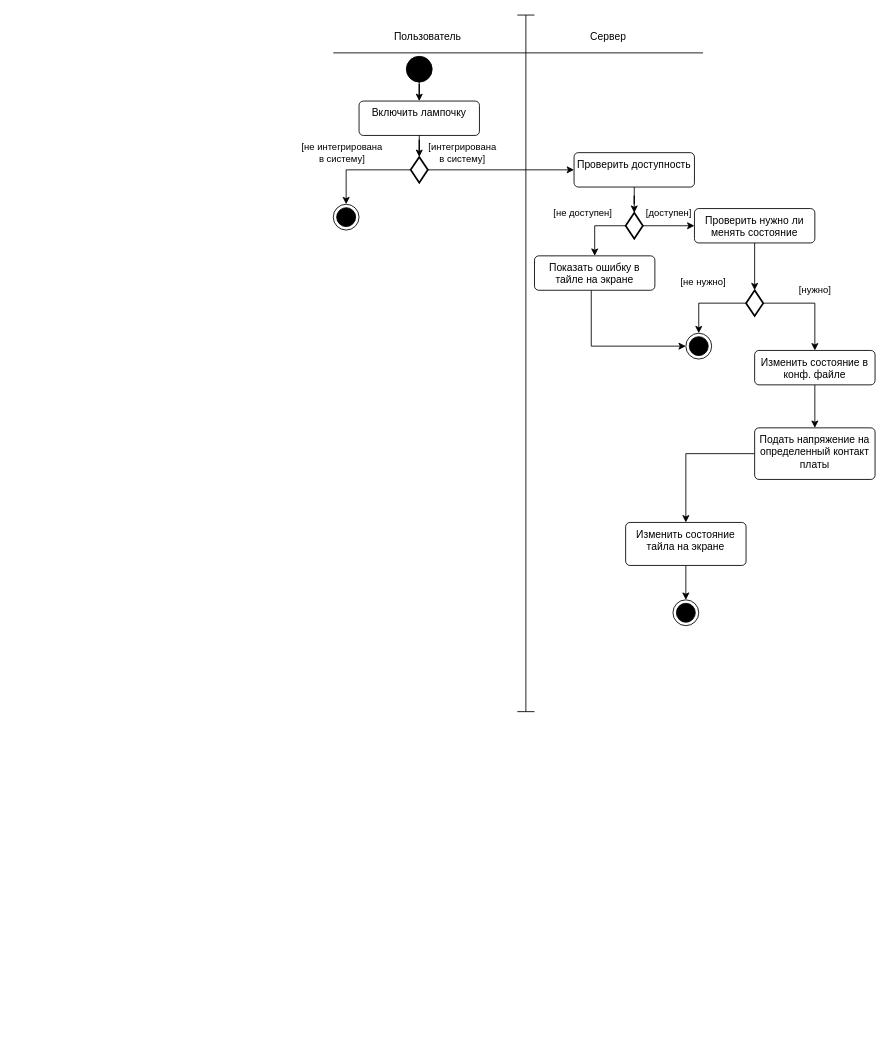
tireks/OOAP keeps this draw.io diagram as page "Страница — 1" (1 of 2) of activityDiag.drawio. Above is the earlier version. Source tidied: cells renumbered, new cells numbered last; positions are measured from the earlier drawing's top-left corner, leaving out a move shared by most shapes. Both pictures are drawn from the tidied source at 86%, with x=0, y=0 at pixel (333, 15).
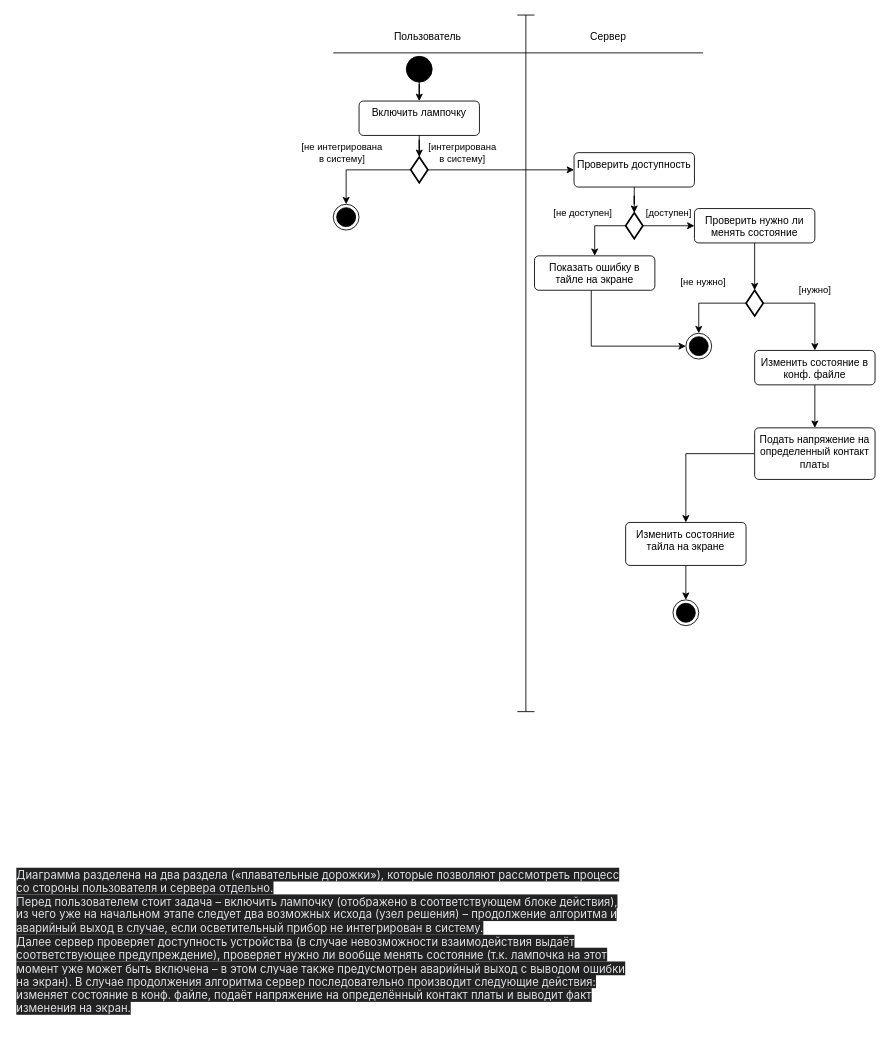
Above is the later version.

Diff of the diagram source:
```diff
@@
+    <mxCell id="34" value="&#10;&lt;span style=&quot;color: rgb(225, 227, 230); font-family: -apple-system, BlinkMacSystemFont, Roboto, &amp;quot;Open Sans&amp;quot;, &amp;quot;Helvetica Neue&amp;quot;, &amp;quot;Noto Sans Armenian&amp;quot;, &amp;quot;Noto Sans Bengali&amp;quot;, &amp;quot;Noto Sans Cherokee&amp;quot;, &amp;quot;Noto Sans Devanagari&amp;quot;, &amp;quot;Noto Sans Ethiopic&amp;quot;, &amp;quot;Noto Sans Georgian&amp;quot;, &amp;quot;Noto Sans Hebrew&amp;quot;, &amp;quot;Noto Sans Kannada&amp;quot;, &amp;quot;Noto Sans Khmer&amp;quot;, &amp;quot;Noto Sans Lao&amp;quot;, &amp;quot;Noto Sans Osmanya&amp;quot;, &amp;quot;Noto Sans Tamil&amp;quot;, &amp;quot;Noto Sans Telugu&amp;quot;, &amp;quot;Noto Sans Thai&amp;quot;, sans-serif; font-size: 13px; font-style: normal; font-variant-ligatures: normal; font-variant-caps: normal; font-weight: 400; letter-spacing: normal; orphans: 2; text-indent: 0px; text-transform: none; widows: 2; word-spacing: 0px; -webkit-text-stroke-width: 0px; background-color: rgb(34, 34, 34); text-decoration-thickness: initial; text-decoration-style: initial; text-decoration-color: initial; float: none; display: inline !important;&quot;&gt;Диаграмма разделена на два раздела («плавательные дорожки»), которые позволяют рассмотреть процесс со стороны пользователя и сервера отдельно.&lt;/span&gt;&lt;br style=&quot;color: rgb(225, 227, 230); font-family: -apple-system, BlinkMacSystemFont, Roboto, &amp;quot;Open Sans&amp;quot;, &amp;quot;Helvetica Neue&amp;quot;, &amp;quot;Noto Sans Armenian&amp;quot;, &amp;quot;Noto Sans Bengali&amp;quot;, &amp;quot;Noto Sans Cherokee&amp;quot;, &amp;quot;Noto Sans Devanagari&amp;quot;, &amp;quot;Noto Sans Ethiopic&amp;quot;, &amp;quot;Noto Sans Georgian&amp;quot;, &amp;quot;Noto Sans Hebrew&amp;quot;, &amp;quot;Noto Sans Kannada&amp;quot;, &amp;quot;Noto Sans Khmer&amp;quot;, &amp;quot;Noto Sans Lao&amp;quot;, &amp;quot;Noto Sans Osmanya&amp;quot;, &amp;quot;Noto Sans Tamil&amp;quot;, &amp;quot;Noto Sans Telugu&amp;quot;, &amp;quot;Noto Sans Thai&amp;quot;, sans-serif; font-size: 13px; font-style: normal; font-variant-ligatures: normal; font-variant-caps: normal; font-weight: 400; letter-spacing: normal; orphans: 2; text-indent: 0px; text-transform: none; widows: 2; word-spacing: 0px; -webkit-text-stroke-width: 0px; background-color: rgb(34, 34, 34); text-decoration-thickness: initial; text-decoration-style: initial; text-decoration-color: initial;&quot;&gt;&lt;span style=&quot;color: rgb(225, 227, 230); font-family: -apple-system, BlinkMacSystemFont, Roboto, &amp;quot;Open Sans&amp;quot;, &amp;quot;Helvetica Neue&amp;quot;, &amp;quot;Noto Sans Armenian&amp;quot;, &amp;quot;Noto Sans Bengali&amp;quot;, &amp;quot;Noto Sans Cherokee&amp;quot;, &amp;quot;Noto Sans Devanagari&amp;quot;, &amp;quot;Noto Sans Ethiopic&amp;quot;, &amp;quot;Noto Sans Georgian&amp;quot;, &amp;quot;Noto Sans Hebrew&amp;quot;, &amp;quot;Noto Sans Kannada&amp;quot;, &amp;quot;Noto Sans Khmer&amp;quot;, &amp;quot;Noto Sans Lao&amp;quot;, &amp;quot;Noto Sans Osmanya&amp;quot;, &amp;quot;Noto Sans Tamil&amp;quot;, &amp;quot;Noto Sans Telugu&amp;quot;, &amp;quot;Noto Sans Thai&amp;quot;, sans-serif; font-size: 13px; font-style: normal; font-variant-ligatures: normal; font-variant-caps: normal; font-weight: 400; letter-spacing: normal; orphans: 2; text-indent: 0px; text-transform: none; widows: 2; word-spacing: 0px; -webkit-text-stroke-width: 0px; background-color: rgb(34, 34, 34); text-decoration-thickness: initial; text-decoration-style: initial; text-decoration-color: initial; float: none; display: inline !important;&quot;&gt;Перед пользователем стоит задача – включить лампочку (отображено в соответствующем блоке действия), из чего уже на начальном этапе следует два возможных исхода (узел решения) – продолжение алгоритма и аварийный выход в случае, если осветительный прибор не интегрирован в систему.&lt;/span&gt;&lt;br style=&quot;color: rgb(225, 227, 230); font-family: -apple-system, BlinkMacSystemFont, Roboto, &amp;quot;Open Sans&amp;quot;, &amp;quot;Helvetica Neue&amp;quot;, &amp;quot;Noto Sans Armenian&amp;quot;, &amp;quot;Noto Sans Bengali&amp;quot;, &amp;quot;Noto Sans Cherokee&amp;quot;, &amp;quot;Noto Sans Devanagari&amp;quot;, &amp;quot;Noto Sans Ethiopic&amp;quot;, &amp;quot;Noto Sans Georgian&amp;quot;, &amp;quot;Noto Sans Hebrew&amp;quot;, &amp;quot;Noto Sans Kannada&amp;quot;, &amp;quot;Noto Sans Khmer&amp;quot;, &amp;quot;Noto Sans Lao&amp;quot;, &amp;quot;Noto Sans Osmanya&amp;quot;, &amp;quot;Noto Sans Tamil&amp;quot;, &amp;quot;Noto Sans Telugu&amp;quot;, &amp;quot;Noto Sans Thai&amp;quot;, sans-serif; font-size: 13px; font-style: normal; font-variant-ligatures: normal; font-variant-caps: normal; font-weight: 400; letter-spacing: normal; orphans: 2; text-indent: 0px; text-transform: none; widows: 2; word-spacing: 0px; -webkit-text-stroke-width: 0px; background-color: rgb(34, 34, 34); text-decoration-thickness: initial; text-decoration-style: initial; text-decoration-color: initial;&quot;&gt;&lt;span style=&quot;color: rgb(225, 227, 230); font-family: -apple-system, BlinkMacSystemFont, Roboto, &amp;quot;Open Sans&amp;quot;, &amp;quot;Helvetica Neue&amp;quot;, &amp;quot;Noto Sans Armenian&amp;quot;, &amp;quot;Noto Sans Bengali&amp;quot;, &amp;quot;Noto Sans Cherokee&amp;quot;, &amp;quot;Noto Sans Devanagari&amp;quot;, &amp;quot;Noto Sans Ethiopic&amp;quot;, &amp;quot;Noto Sans Georgian&amp;quot;, &amp;quot;Noto Sans Hebrew&amp;quot;, &amp;quot;Noto Sans Kannada&amp;quot;, &amp;quot;Noto Sans Khmer&amp;quot;, &amp;quot;Noto Sans Lao&amp;quot;, &amp;quot;Noto Sans Osmanya&amp;quot;, &amp;quot;Noto Sans Tamil&amp;quot;, &amp;quot;Noto Sans Telugu&amp;quot;, &amp;quot;Noto Sans Thai&amp;quot;, sans-serif; font-size: 13px; font-style: normal; font-variant-ligatures: normal; font-variant-caps: normal; font-weight: 400; letter-spacing: normal; orphans: 2; text-indent: 0px; text-transform: none; widows: 2; word-spacing: 0px; -webkit-text-stroke-width: 0px; background-color: rgb(34, 34, 34); text-decoration-thickness: initial; text-decoration-style: initial; text-decoration-color: initial; float: none; display: inline !important;&quot;&gt;Далее сервер проверяет доступность устройства (в случае невозможности взаимодействия выдаёт соответствующее предупреждение), проверяет нужно ли вообще менять состояние (т.к. лампочка на этот момент уже может быть включена – в этом случае также предусмотрен аварийный выход с выводом ошибки на экран). В случае продолжения алгоритма сервер последовательно производит следующие действия: изменяет состояние в конф. файле, подаёт напряжение на определённый контакт платы и выводит факт изменения на экран.&lt;/span&gt;&#10;&#10;" style="text;html=1;strokeColor=none;fillColor=none;align=left;verticalAlign=middle;whiteSpace=wrap;rounded=0;" parent="1" vertex="1">
+      <mxGeometry x="-370" y="1070" width="710" height="30" as="geometry" />
+    </mxCell>
```
